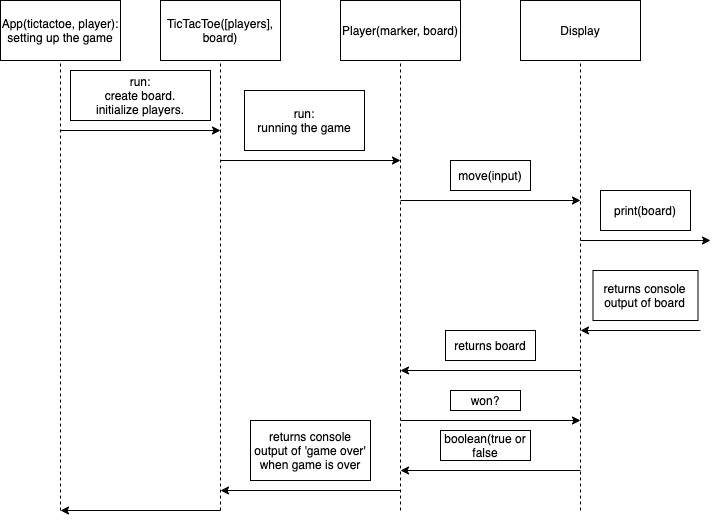
Earlier version of the draw.io export diagram.png (amittauro/tic-tac-toe). Source tidied: cells renumbered, new cells last; positions are measured from the earlier drawing's top-left corner, leaving out a move shared by most shapes.
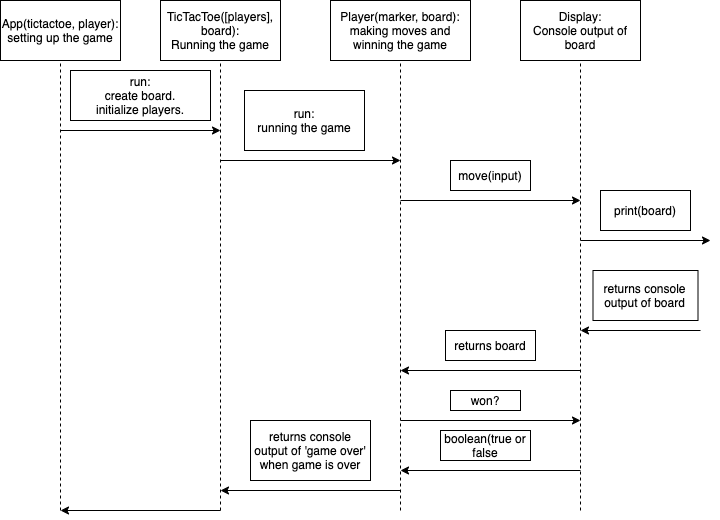
Later version of the same file.

Change to the diagram source:
```diff
@@ -10,13 +10,13 @@
         <mxPoint x="60" y="510" as="sourcePoint" />
       </mxGeometry>
     </mxCell>
-    <mxCell id="4" value="TicTacToe([players], board)" style="rounded=0;whiteSpace=wrap;html=1;" parent="1" vertex="1">
+    <mxCell id="4" value="TicTacToe([players], board):&lt;br&gt;Running the game" style="rounded=0;whiteSpace=wrap;html=1;" parent="1" vertex="1">
       <mxGeometry x="160" width="120" height="60" as="geometry" />
     </mxCell>
-    <mxCell id="5" value="Player(marker, board)" style="rounded=0;whiteSpace=wrap;html=1;" parent="1" vertex="1">
-      <mxGeometry x="340" width="120" height="60" as="geometry" />
+    <mxCell id="5" value="Player(marker, board): making moves and winning the game" style="rounded=0;whiteSpace=wrap;html=1;" parent="1" vertex="1">
+      <mxGeometry x="330" width="140" height="60" as="geometry" />
     </mxCell>
-    <mxCell id="6" value="Display" style="rounded=0;whiteSpace=wrap;html=1;" parent="1" vertex="1">
+    <mxCell id="6" value="Display:&lt;br&gt;Console output of board" style="rounded=0;whiteSpace=wrap;html=1;" parent="1" vertex="1">
       <mxGeometry x="520" width="120" height="60" as="geometry" />
     </mxCell>
     <mxCell id="7" style="endArrow=classic;html=1;" parent="1" edge="1">
```
